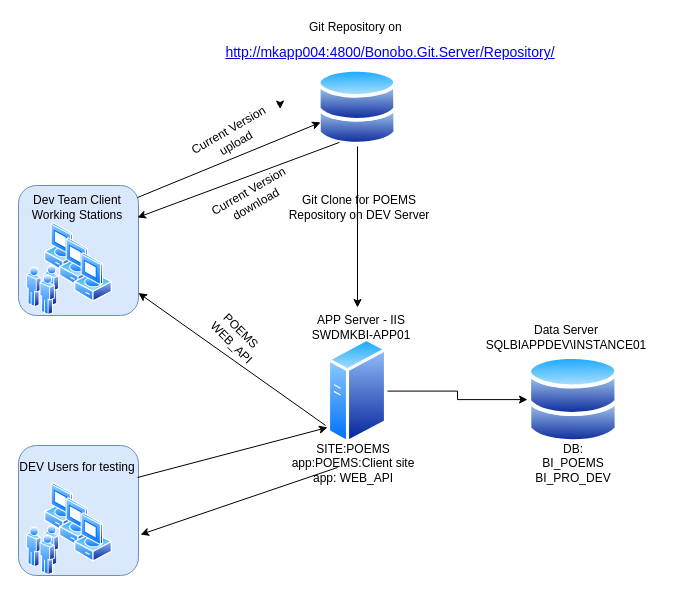
The draw.io diagram poems_dev.drawio in itaybaran/drawing, before the edit. Source tidied: cells renumbered, new cells numbered last; positions are measured from the earlier drawing's top-left corner, leaving out a move shared by most shapes. Both pictures are drawn from the tidied source at 100%, with x=0, y=0 at pixel (17, 17).
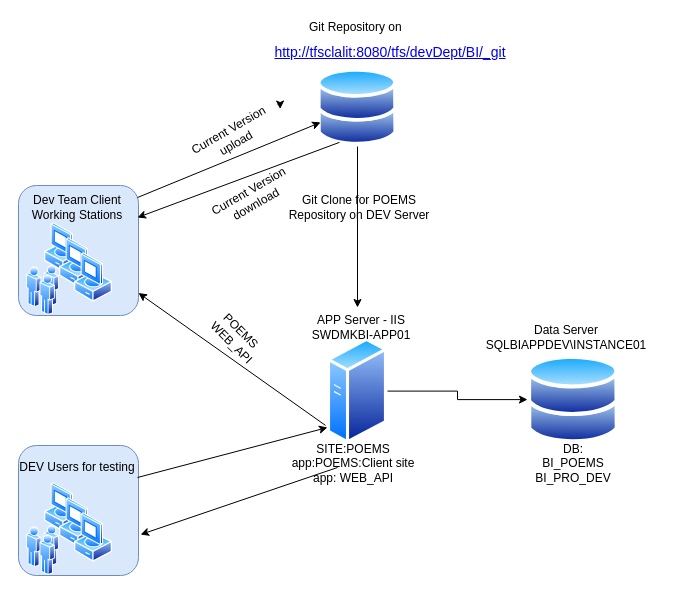
The same page after the edit.

What changed in the source:
```diff
@@
-    <mxCell id="12" value="&lt;div style=&quot;box-sizing: border-box ; font-family: &amp;quot;segoe ui&amp;quot; , , &amp;quot;apple color emoji&amp;quot; , &amp;quot;segoe ui emoji&amp;quot; , sans-serif ; font-size: 14px&quot;&gt;&lt;a href=&quot;http://mkapp004:4800/Bonobo.Git.Server/Repository/&quot; title=&quot;http://mkapp004:4800/bonobo.git.server/repository/&quot;&gt;http://mkapp004:4800/Bonobo.Git.Server/Repository/&lt;/a&gt;&lt;/div&gt;" style="text;html=1;strokeColor=none;fillColor=none;align=center;verticalAlign=middle;whiteSpace=wrap;rounded=0;" parent="1" vertex="1">
+    <mxCell id="12" value="&lt;div style=&quot;box-sizing: border-box ; font-family: &amp;#34;segoe ui&amp;#34; , , &amp;#34;apple color emoji&amp;#34; , &amp;#34;segoe ui emoji&amp;#34; , sans-serif ; font-size: 14px&quot;&gt;&lt;a href=&quot;http://mkapp004:4800/Bonobo.Git.Server/Repository/&quot; title=&quot;http://mkapp004:4800/bonobo.git.server/repository/&quot;&gt;http://tfsclalit:8080/tfs/devDept/BI/_git&lt;/a&gt;&lt;/div&gt;" style="text;html=1;strokeColor=none;fillColor=none;align=center;verticalAlign=middle;whiteSpace=wrap;rounded=0;" parent="1" vertex="1">
       <mxGeometry x="190" y="30" width="366" height="10" as="geometry" />
     </mxCell>
```
